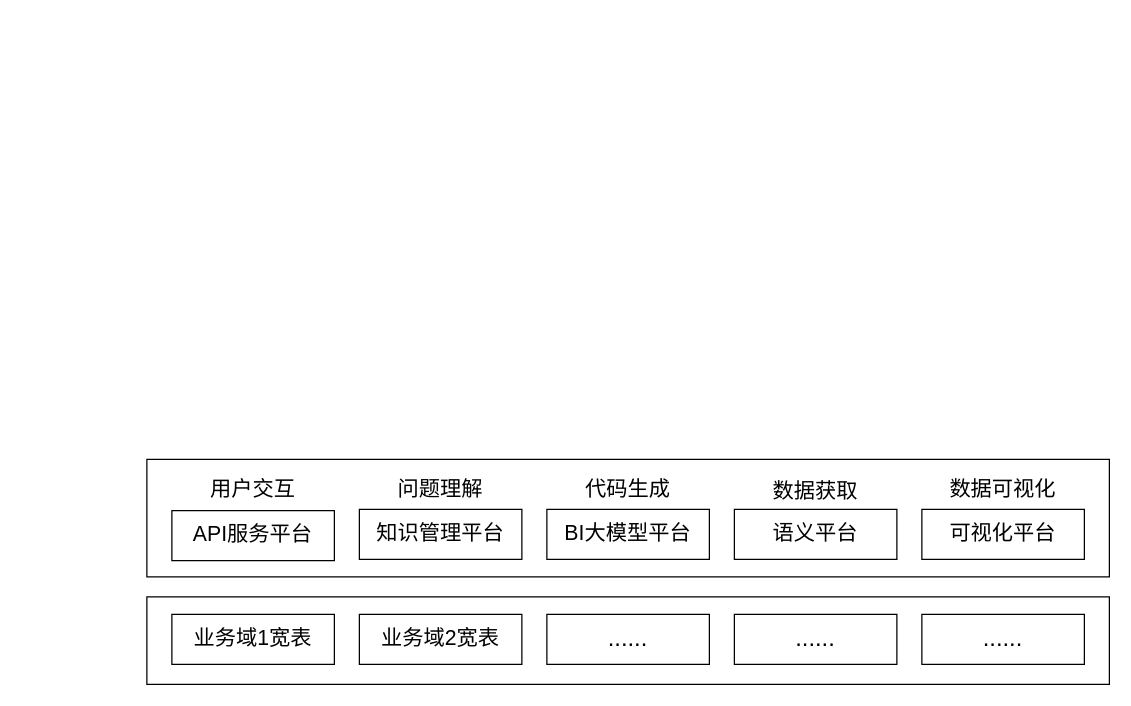
Above: data_analysis.drawio in CindyZX/drawio_figures (draw.io), before the change. Source tidied: cells renumbered, new cells numbered last; positions are measured from the earlier drawing's top-left corner, leaving out a move shared by most shapes. Both pictures are drawn from the tidied source at 125%, with x=0, y=0 at pixel (146, 459).
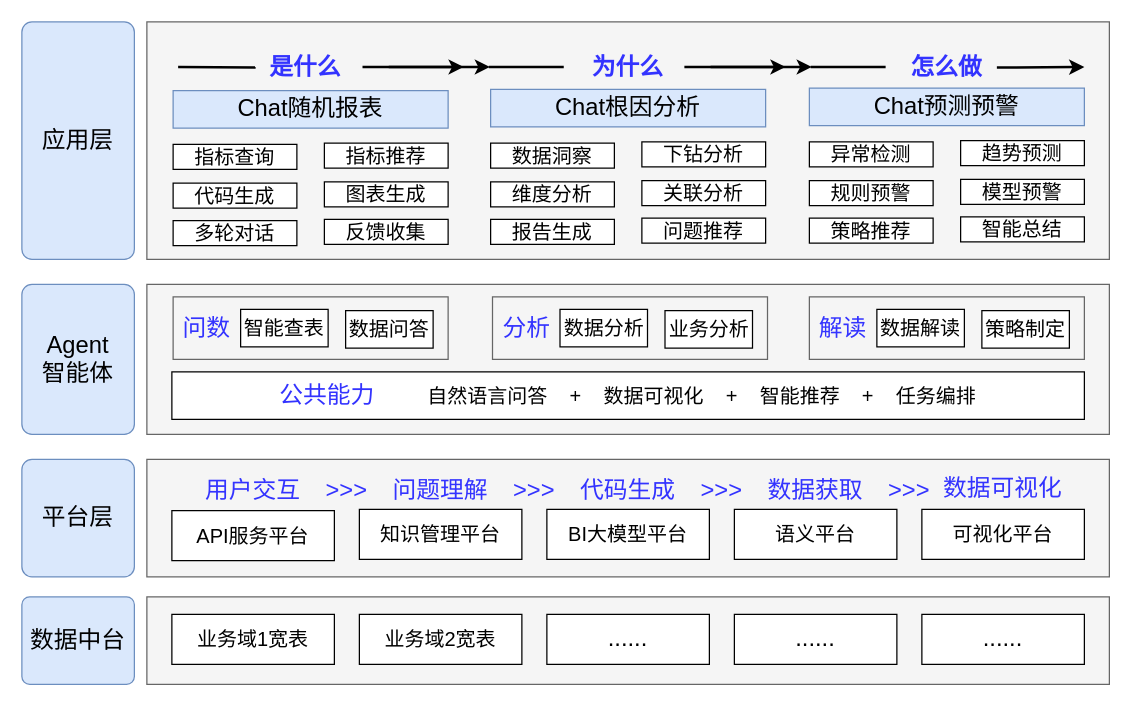
The same diagram, later.

Diff of the diagram source:
```diff
@@
-    <mxCell id="2" style="rounded=0;whiteSpace=wrap;html=1;" parent="1" vertex="1">
+    <mxCell id="2" style="rounded=0;whiteSpace=wrap;html=1;fillColor=#f5f5f5;strokeColor=#666666;fontColor=#333333;" parent="1" vertex="1">
       <mxGeometry y="110" width="770" height="70" as="geometry" />
     </mxCell>
-    <mxCell id="3" value="&lt;font style=&quot;font-size: 17px;&quot;&gt;业务域1宽表&lt;/font&gt;" style="rounded=0;whiteSpace=wrap;html=1;" parent="1" vertex="1">
+    <mxCell id="3" value="&lt;font style=&quot;font-size: 16px;&quot;&gt;业务域1宽表&lt;/font&gt;" style="rounded=0;whiteSpace=wrap;html=1;" parent="1" vertex="1">
       <mxGeometry x="20" y="124" width="130" height="40" as="geometry" />
     </mxCell>
-    <mxCell id="4" value="&lt;font style=&quot;font-size: 17px;&quot;&gt;业务域2宽表&lt;/font&gt;" style="rounded=0;whiteSpace=wrap;html=1;" parent="1" vertex="1">
+    <mxCell id="4" value="&lt;font style=&quot;font-size: 16px;&quot;&gt;业务域2宽表&lt;/font&gt;" style="rounded=0;whiteSpace=wrap;html=1;" parent="1" vertex="1">
       <mxGeometry x="170" y="124" width="130" height="40" as="geometry" />
     </mxCell>
@@
-    <mxCell id="8" style="rounded=0;whiteSpace=wrap;html=1;" parent="1" vertex="1">
+    <mxCell id="8" style="rounded=0;whiteSpace=wrap;html=1;fillColor=#f5f5f5;fontColor=#333333;strokeColor=#666666;" parent="1" vertex="1">
       <mxGeometry width="770" height="94" as="geometry" />
     </mxCell>
-    <mxCell id="9" value="&lt;font style=&quot;font-size: 17px;&quot;&gt;用户交互&lt;/font&gt;" style="text;html=1;whiteSpace=wrap;strokeColor=none;fillColor=none;align=center;verticalAlign=middle;rounded=0;" parent="1" vertex="1">
+    <mxCell id="9" value="&lt;font style=&quot;font-size: 19px;&quot;&gt;用户交互&lt;/font&gt;" style="text;html=1;whiteSpace=wrap;strokeColor=none;fillColor=none;align=center;verticalAlign=middle;rounded=0;fontColor=#3333FF;" parent="1" vertex="1">
       <mxGeometry x="20" y="10" width="130" height="30" as="geometry" />
     </mxCell>
-    <mxCell id="10" value="&lt;font style=&quot;font-size: 17px;&quot;&gt;API服务平台&lt;/font&gt;" style="rounded=0;whiteSpace=wrap;html=1;" parent="1" vertex="1">
+    <mxCell id="10" value="&lt;font style=&quot;font-size: 16px;&quot;&gt;API服务平台&lt;/font&gt;" style="rounded=0;whiteSpace=wrap;html=1;" parent="1" vertex="1">
       <mxGeometry x="20" y="41" width="130" height="40" as="geometry" />
     </mxCell>
-    <mxCell id="11" value="&lt;font style=&quot;font-size: 17px;&quot;&gt;知识管理平台&lt;/font&gt;" style="rounded=0;whiteSpace=wrap;html=1;" parent="1" vertex="1">
+    <mxCell id="11" value="&lt;font style=&quot;font-size: 16px;&quot;&gt;知识管理平台&lt;/font&gt;" style="rounded=0;whiteSpace=wrap;html=1;" parent="1" vertex="1">
       <mxGeometry x="170" y="40" width="130" height="40" as="geometry" />
     </mxCell>
-    <mxCell id="12" value="&lt;font style=&quot;font-size: 17px;&quot;&gt;BI大模型平台&lt;/font&gt;" style="rounded=0;whiteSpace=wrap;html=1;" parent="1" vertex="1">
+    <mxCell id="12" value="&lt;font style=&quot;font-size: 16px;&quot;&gt;BI大模型平台&lt;/font&gt;" style="rounded=0;whiteSpace=wrap;html=1;" parent="1" vertex="1">
       <mxGeometry x="320" y="40" width="130" height="40" as="geometry" />
     </mxCell>
-    <mxCell id="13" value="&lt;font style=&quot;font-size: 17px;&quot;&gt;语义平台&lt;/font&gt;" style="rounded=0;whiteSpace=wrap;html=1;" parent="1" vertex="1">
+    <mxCell id="13" value="&lt;font style=&quot;font-size: 16px;&quot;&gt;语义平台&lt;/font&gt;" style="rounded=0;whiteSpace=wrap;html=1;" parent="1" vertex="1">
       <mxGeometry x="470" y="40" width="130" height="40" as="geometry" />
     </mxCell>
-    <mxCell id="14" value="&lt;font style=&quot;font-size: 17px;&quot;&gt;可视化平台&lt;/font&gt;" style="rounded=0;whiteSpace=wrap;html=1;" parent="1" vertex="1">
+    <mxCell id="14" value="&lt;font style=&quot;font-size: 16px;&quot;&gt;可视化平台&lt;/font&gt;" style="rounded=0;whiteSpace=wrap;html=1;" parent="1" vertex="1">
       <mxGeometry x="620" y="40" width="130" height="40" as="geometry" />
     </mxCell>
-    <mxCell id="15" value="&lt;font style=&quot;font-size: 17px;&quot;&gt;问题理解&lt;/font&gt;" style="text;html=1;whiteSpace=wrap;strokeColor=none;fillColor=none;align=center;verticalAlign=middle;rounded=0;" parent="1" vertex="1">
+    <mxCell id="15" value="&lt;font style=&quot;font-size: 19px;&quot;&gt;问题理解&lt;/font&gt;" style="text;html=1;whiteSpace=wrap;strokeColor=none;fillColor=none;align=center;verticalAlign=middle;rounded=0;fontColor=#3333FF;" parent="1" vertex="1">
       <mxGeometry x="170" y="10" width="130" height="30" as="geometry" />
     </mxCell>
-    <mxCell id="16" value="&lt;font style=&quot;font-size: 17px;&quot;&gt;代码生成&lt;/font&gt;" style="text;html=1;whiteSpace=wrap;strokeColor=none;fillColor=none;align=center;verticalAlign=middle;rounded=0;" parent="1" vertex="1">
+    <mxCell id="16" value="&lt;font style=&quot;font-size: 19px;&quot;&gt;代码生成&lt;/font&gt;" style="text;html=1;whiteSpace=wrap;strokeColor=none;fillColor=none;align=center;verticalAlign=middle;rounded=0;fontColor=#3333FF;" parent="1" vertex="1">
       <mxGeometry x="320" y="10" width="130" height="30" as="geometry" />
     </mxCell>
-    <mxCell id="17" value="&lt;font style=&quot;font-size: 17px;&quot;&gt;数据获取&lt;/font&gt;" style="text;html=1;whiteSpace=wrap;strokeColor=none;fillColor=none;align=center;verticalAlign=middle;rounded=0;" parent="1" vertex="1">
-      <mxGeometry x="470" y="11" width="130" height="30" as="geometry" />
+    <mxCell id="17" value="&lt;font style=&quot;font-size: 19px;&quot;&gt;数据获取&lt;/font&gt;" style="text;html=1;whiteSpace=wrap;strokeColor=none;fillColor=none;align=center;verticalAlign=middle;rounded=0;fontColor=#3333FF;" parent="1" vertex="1">
+      <mxGeometry x="470" y="10" width="130" height="30" as="geometry" />
     </mxCell>
-    <mxCell id="18" value="&lt;font style=&quot;font-size: 17px;&quot;&gt;数据可视化&lt;/font&gt;" style="text;html=1;whiteSpace=wrap;strokeColor=none;fillColor=none;align=center;verticalAlign=middle;rounded=0;" parent="1" vertex="1">
-      <mxGeometry x="620" y="10" width="130" height="30" as="geometry" />
+    <mxCell id="18" value="&lt;font style=&quot;font-size: 19px;&quot;&gt;数据可视化&lt;/font&gt;" style="text;html=1;whiteSpace=wrap;strokeColor=none;fillColor=none;align=center;verticalAlign=middle;rounded=0;fontColor=#3333FF;" parent="1" vertex="1">
+      <mxGeometry x="620" y="9" width="130" height="30" as="geometry" />
     </mxCell>
+    <mxCell id="19" value="&lt;font style=&quot;font-size: 19px;&quot;&gt;&amp;gt;&amp;gt;&amp;gt;&lt;/font&gt;" style="text;html=1;whiteSpace=wrap;strokeColor=none;fillColor=none;align=center;verticalAlign=middle;rounded=0;fontColor=#3333FF;" parent="1" vertex="1">
+      <mxGeometry x="130" y="10" width="60" height="30" as="geometry" />
+    </mxCell>
+    <mxCell id="20" value="&lt;font style=&quot;font-size: 19px;&quot;&gt;&amp;gt;&amp;gt;&amp;gt;&lt;/font&gt;" style="text;html=1;whiteSpace=wrap;strokeColor=none;fillColor=none;align=center;verticalAlign=middle;rounded=0;fontColor=#3333FF;" parent="1" vertex="1">
+      <mxGeometry x="280" y="10" width="60" height="30" as="geometry" />
+    </mxCell>
+    <mxCell id="21" value="&lt;font style=&quot;font-size: 19px;&quot;&gt;&amp;gt;&amp;gt;&amp;gt;&lt;/font&gt;" style="text;html=1;whiteSpace=wrap;strokeColor=none;fillColor=none;align=center;verticalAlign=middle;rounded=0;fontColor=#3333FF;" parent="1" vertex="1">
+      <mxGeometry x="430" y="10" width="60" height="30" as="geometry" />
+    </mxCell>
+    <mxCell id="22" value="&lt;font style=&quot;font-size: 19px;&quot;&gt;&amp;gt;&amp;gt;&amp;gt;&lt;/font&gt;" style="text;html=1;whiteSpace=wrap;strokeColor=none;fillColor=none;align=center;verticalAlign=middle;rounded=0;fontColor=#3333FF;" parent="1" vertex="1">
+      <mxGeometry x="580" y="10" width="60" height="30" as="geometry" />
+    </mxCell>
+    <mxCell id="23" style="rounded=0;whiteSpace=wrap;html=1;fillColor=#f5f5f5;fontColor=#333333;strokeColor=#666666;" parent="1" vertex="1">
+      <mxGeometry y="-140" width="770" height="120" as="geometry" />
+    </mxCell>
+    <mxCell id="24" value="&lt;font style=&quot;font-size: 19px; color: rgb(51, 51, 255);&quot;&gt;公共能力&lt;/font&gt;&lt;font style=&quot;font-size: 17px;&quot;&gt;&amp;nbsp; &amp;nbsp; &amp;nbsp; &amp;nbsp; &amp;nbsp;&lt;/font&gt;&lt;font style=&quot;font-size: 16px;&quot;&gt;自然语言问答&amp;nbsp; &amp;nbsp; +&amp;nbsp; &amp;nbsp; 数据可视化&amp;nbsp; &amp;nbsp; +&amp;nbsp; &amp;nbsp; 智能推荐&amp;nbsp; &amp;nbsp; +&amp;nbsp; &amp;nbsp; 任务编排&lt;/font&gt;" style="rounded=0;whiteSpace=wrap;html=1;" parent="1" vertex="1">
+      <mxGeometry x="20" y="-70" width="730" height="38" as="geometry" />
+    </mxCell>
+    <mxCell id="25" style="rounded=0;whiteSpace=wrap;html=1;fillColor=#f5f5f5;fontColor=#333333;strokeColor=#666666;" parent="1" vertex="1">
+      <mxGeometry x="21" y="-130" width="220" height="50" as="geometry" />
+    </mxCell>
+    <mxCell id="26" value="&lt;font style=&quot;font-size: 16px;&quot;&gt;智能查表&lt;/font&gt;" style="rounded=0;whiteSpace=wrap;html=1;" parent="1" vertex="1">
+      <mxGeometry x="75" y="-120" width="70" height="30" as="geometry" />
+    </mxCell>
+    <mxCell id="27" value="&lt;font style=&quot;font-size: 16px;&quot;&gt;数据问答&lt;/font&gt;" style="rounded=0;whiteSpace=wrap;html=1;" parent="1" vertex="1">
+      <mxGeometry x="159" y="-119" width="70" height="30" as="geometry" />
+    </mxCell>
+    <mxCell id="28" value="&lt;font style=&quot;font-size: 19px; color: rgb(51, 51, 255);&quot;&gt;问数&lt;/font&gt;" style="text;html=1;whiteSpace=wrap;strokeColor=none;fillColor=none;align=center;verticalAlign=middle;rounded=0;" parent="1" vertex="1">
+      <mxGeometry x="18" y="-119" width="60" height="30" as="geometry" />
+    </mxCell>
+    <mxCell id="29" style="rounded=0;whiteSpace=wrap;html=1;fillColor=#f5f5f5;fontColor=#333333;strokeColor=#666666;" parent="1" vertex="1">
+      <mxGeometry x="276.5" y="-130" width="220" height="50" as="geometry" />
+    </mxCell>
+    <mxCell id="30" value="&lt;font style=&quot;font-size: 16px;&quot;&gt;数据分析&lt;/font&gt;" style="rounded=0;whiteSpace=wrap;html=1;" parent="1" vertex="1">
+      <mxGeometry x="330.5" y="-120" width="70" height="30" as="geometry" />
+    </mxCell>
+    <mxCell id="31" value="&lt;font style=&quot;font-size: 16px;&quot;&gt;业务分析&lt;/font&gt;" style="rounded=0;whiteSpace=wrap;html=1;" parent="1" vertex="1">
+      <mxGeometry x="414.5" y="-119" width="70" height="30" as="geometry" />
+    </mxCell>
+    <mxCell id="32" value="&lt;font style=&quot;font-size: 19px; color: rgb(51, 51, 255);&quot;&gt;分析&lt;/font&gt;" style="text;html=1;whiteSpace=wrap;strokeColor=none;fillColor=none;align=center;verticalAlign=middle;rounded=0;" parent="1" vertex="1">
+      <mxGeometry x="273.5" y="-119" width="60" height="30" as="geometry" />
+    </mxCell>
+    <mxCell id="33" style="rounded=0;whiteSpace=wrap;html=1;fillColor=#f5f5f5;fontColor=#333333;strokeColor=#666666;" parent="1" vertex="1">
+      <mxGeometry x="530" y="-130" width="220" height="50" as="geometry" />
+    </mxCell>
+    <mxCell id="34" value="&lt;font style=&quot;font-size: 16px;&quot;&gt;数据解读&lt;/font&gt;" style="rounded=0;whiteSpace=wrap;html=1;" parent="1" vertex="1">
+      <mxGeometry x="584" y="-120" width="70" height="30" as="geometry" />
+    </mxCell>
+    <mxCell id="35" value="&lt;span style=&quot;font-size: 16px;&quot;&gt;策略制定&lt;/span&gt;" style="rounded=0;whiteSpace=wrap;html=1;" parent="1" vertex="1">
+      <mxGeometry x="668" y="-119" width="70" height="30" as="geometry" />
+    </mxCell>
+    <mxCell id="36" value="&lt;font style=&quot;font-size: 19px; color: rgb(51, 51, 255);&quot;&gt;解读&lt;/font&gt;" style="text;html=1;whiteSpace=wrap;strokeColor=none;fillColor=none;align=center;verticalAlign=middle;rounded=0;" parent="1" vertex="1">
+      <mxGeometry x="527" y="-119" width="60" height="30" as="geometry" />
+    </mxCell>
+    <mxCell id="37" style="rounded=0;whiteSpace=wrap;html=1;fillColor=#f5f5f5;fontColor=#333333;strokeColor=#666666;" parent="1" vertex="1">
+      <mxGeometry y="-350" width="770" height="190" as="geometry" />
+    </mxCell>
+    <mxCell id="38" value="&lt;font style=&quot;font-size: 19px;&quot;&gt;Chat随机报表&lt;/font&gt;" style="rounded=0;whiteSpace=wrap;html=1;fillColor=#dae8fc;strokeColor=#6c8ebf;" parent="1" vertex="1">
+      <mxGeometry x="21" y="-295" width="220" height="30" as="geometry" />
+    </mxCell>
+    <mxCell id="39" value="&lt;font style=&quot;font-size: 16px;&quot;&gt;指标查询&lt;/font&gt;" style="rounded=0;whiteSpace=wrap;html=1;" parent="1" vertex="1">
+      <mxGeometry x="21" y="-252" width="99" height="20" as="geometry" />
+    </mxCell>
+    <mxCell id="40" value="&lt;font style=&quot;font-size: 16px;&quot;&gt;指标推荐&lt;/font&gt;" style="rounded=0;whiteSpace=wrap;html=1;" parent="1" vertex="1">
+      <mxGeometry x="142" y="-253" width="99" height="20" as="geometry" />
+    </mxCell>
+    <mxCell id="41" value="&lt;span style=&quot;font-size: 16px;&quot;&gt;代码生成&lt;/span&gt;" style="rounded=0;whiteSpace=wrap;html=1;" parent="1" vertex="1">
+      <mxGeometry x="21" y="-221" width="99" height="20" as="geometry" />
+    </mxCell>
+    <mxCell id="42" value="&lt;span style=&quot;font-size: 16px;&quot;&gt;图表生成&lt;/span&gt;" style="rounded=0;whiteSpace=wrap;html=1;" parent="1" vertex="1">
+      <mxGeometry x="142" y="-222" width="99" height="20" as="geometry" />
+    </mxCell>
+    <mxCell id="43" value="&lt;span style=&quot;font-size: 16px;&quot;&gt;多轮对话&lt;/span&gt;" style="rounded=0;whiteSpace=wrap;html=1;" parent="1" vertex="1">
+      <mxGeometry x="21" y="-191" width="99" height="20" as="geometry" />
+    </mxCell>
+    <mxCell id="44" value="&lt;span style=&quot;font-size: 16px;&quot;&gt;反馈收集&lt;/span&gt;" style="rounded=0;whiteSpace=wrap;html=1;" parent="1" vertex="1">
+      <mxGeometry x="142" y="-192" width="99" height="20" as="geometry" />
+    </mxCell>
+    <mxCell id="45" value="&lt;font style=&quot;font-size: 19px;&quot;&gt;Chat根因分析&lt;/font&gt;" style="rounded=0;whiteSpace=wrap;html=1;fillColor=#dae8fc;strokeColor=#6c8ebf;" parent="1" vertex="1">
+      <mxGeometry x="275" y="-296" width="220" height="30" as="geometry" />
+    </mxCell>
+    <mxCell id="46" value="&lt;span style=&quot;font-size: 16px;&quot;&gt;数据洞察&lt;/span&gt;" style="rounded=0;whiteSpace=wrap;html=1;" parent="1" vertex="1">
+      <mxGeometry x="275" y="-253" width="99" height="20" as="geometry" />
+    </mxCell>
+    <mxCell id="47" value="&lt;font style=&quot;font-size: 16px;&quot;&gt;下钻分析&lt;/font&gt;" style="rounded=0;whiteSpace=wrap;html=1;" parent="1" vertex="1">
+      <mxGeometry x="396" y="-254" width="99" height="20" as="geometry" />
+    </mxCell>
+    <mxCell id="48" value="&lt;span style=&quot;font-size: 16px;&quot;&gt;维度分析&lt;/span&gt;" style="rounded=0;whiteSpace=wrap;html=1;" parent="1" vertex="1">
+      <mxGeometry x="275" y="-222" width="99" height="20" as="geometry" />
+    </mxCell>
+    <mxCell id="49" value="&lt;span style=&quot;font-size: 16px;&quot;&gt;关联分析&lt;/span&gt;" style="rounded=0;whiteSpace=wrap;html=1;" parent="1" vertex="1">
+      <mxGeometry x="396" y="-223" width="99" height="20" as="geometry" />
+    </mxCell>
+    <mxCell id="50" value="&lt;span style=&quot;font-size: 16px;&quot;&gt;报告生成&lt;/span&gt;" style="rounded=0;whiteSpace=wrap;html=1;" parent="1" vertex="1">
+      <mxGeometry x="275" y="-192" width="99" height="20" as="geometry" />
+    </mxCell>
+    <mxCell id="51" value="&lt;span style=&quot;font-size: 16px;&quot;&gt;问题推荐&lt;/span&gt;" style="rounded=0;whiteSpace=wrap;html=1;" parent="1" vertex="1">
+      <mxGeometry x="396" y="-193" width="99" height="20" as="geometry" />
+    </mxCell>
+    <mxCell id="52" value="&lt;font style=&quot;font-size: 19px;&quot;&gt;Chat预测预警&lt;/font&gt;" style="rounded=0;whiteSpace=wrap;html=1;fillColor=#dae8fc;strokeColor=#6c8ebf;" parent="1" vertex="1">
+      <mxGeometry x="530" y="-297" width="220" height="30" as="geometry" />
+    </mxCell>
+    <mxCell id="53" value="&lt;font style=&quot;font-size: 16px;&quot;&gt;异常检测&lt;/font&gt;" style="rounded=0;whiteSpace=wrap;html=1;" parent="1" vertex="1">
+      <mxGeometry x="530" y="-254" width="99" height="20" as="geometry" />
+    </mxCell>
+    <mxCell id="54" value="&lt;font style=&quot;font-size: 16px;&quot;&gt;趋势预测&lt;/font&gt;" style="rounded=0;whiteSpace=wrap;html=1;" parent="1" vertex="1">
+      <mxGeometry x="651" y="-255" width="99" height="20" as="geometry" />
+    </mxCell>
+    <mxCell id="55" value="&lt;span style=&quot;font-size: 16px;&quot;&gt;规则预警&lt;/span&gt;" style="rounded=0;whiteSpace=wrap;html=1;" parent="1" vertex="1">
+      <mxGeometry x="530" y="-223" width="99" height="20" as="geometry" />
+    </mxCell>
+    <mxCell id="56" value="&lt;span style=&quot;font-size: 16px;&quot;&gt;模型预警&lt;/span&gt;" style="rounded=0;whiteSpace=wrap;html=1;" parent="1" vertex="1">
+      <mxGeometry x="651" y="-224" width="99" height="20" as="geometry" />
+    </mxCell>
+    <mxCell id="57" value="&lt;span style=&quot;font-size: 16px;&quot;&gt;策略推荐&lt;/span&gt;" style="rounded=0;whiteSpace=wrap;html=1;" parent="1" vertex="1">
+      <mxGeometry x="530" y="-193" width="99" height="20" as="geometry" />
+    </mxCell>
+    <mxCell id="58" value="&lt;span style=&quot;font-size: 16px;&quot;&gt;智能总结&lt;/span&gt;" style="rounded=0;whiteSpace=wrap;html=1;" parent="1" vertex="1">
+      <mxGeometry x="651" y="-194" width="99" height="20" as="geometry" />
+    </mxCell>
+    <mxCell id="59" value="&lt;font style=&quot;font-size: 19px; color: rgb(51, 51, 255);&quot;&gt;&lt;b&gt;是什么&lt;/b&gt;&lt;/font&gt;" style="text;html=1;whiteSpace=wrap;strokeColor=none;fillColor=none;align=center;verticalAlign=middle;rounded=0;" parent="1" vertex="1">
+      <mxGeometry x="87" y="-330" width="80" height="33" as="geometry" />
+    </mxCell>
+    <mxCell id="60" value="&lt;font style=&quot;font-size: 19px; color: rgb(51, 51, 255);&quot;&gt;&lt;b&gt;为什么&lt;/b&gt;&lt;/font&gt;" style="text;html=1;whiteSpace=wrap;strokeColor=none;fillColor=none;align=center;verticalAlign=middle;rounded=0;" parent="1" vertex="1">
+      <mxGeometry x="345" y="-330" width="80" height="33" as="geometry" />
+    </mxCell>
+    <mxCell id="61" value="&lt;font style=&quot;font-size: 19px; color: rgb(51, 51, 255);&quot;&gt;&lt;b&gt;怎么做&lt;/b&gt;&lt;/font&gt;" style="text;html=1;whiteSpace=wrap;strokeColor=none;fillColor=none;align=center;verticalAlign=middle;rounded=0;" parent="1" vertex="1">
+      <mxGeometry x="600" y="-330" width="80" height="33" as="geometry" />
+    </mxCell>
+    <mxCell id="62" style="endArrow=classic;html=1;rounded=0;strokeWidth=2;" parent="1" edge="1">
+      <mxGeometry relative="1" as="geometry">
+        <mxPoint x="172.5" y="-313.9" as="sourcePoint" />
+        <mxPoint x="253.5" y="-313.9" as="targetPoint" />
+      </mxGeometry>
+    </mxCell>
+    <mxCell id="63" style="endArrow=classic;html=1;rounded=0;strokeWidth=2;" parent="1" edge="1">
+      <mxGeometry relative="1" as="geometry">
+        <mxPoint x="193.5" y="-313.9" as="sourcePoint" />
+        <mxPoint x="274.5" y="-313.9" as="targetPoint" />
+      </mxGeometry>
+    </mxCell>
+    <mxCell id="64" style="endArrow=none;html=1;rounded=0;strokeWidth=2;" parent="1" edge="1">
+      <mxGeometry relative="1" as="geometry">
+        <mxPoint x="273.5" y="-313.9" as="sourcePoint" />
+        <mxPoint x="333.5" y="-313.9" as="targetPoint" />
+      </mxGeometry>
+    </mxCell>
+    <mxCell id="65" style="endArrow=classic;html=1;rounded=0;strokeWidth=2;" parent="1" edge="1">
+      <mxGeometry relative="1" as="geometry">
+        <mxPoint x="430" y="-313.9" as="sourcePoint" />
+        <mxPoint x="511" y="-313.9" as="targetPoint" />
+      </mxGeometry>
+    </mxCell>
+    <mxCell id="66" style="endArrow=classic;html=1;rounded=0;strokeWidth=2;" parent="1" edge="1">
+      <mxGeometry relative="1" as="geometry">
+        <mxPoint x="451" y="-313.9" as="sourcePoint" />
+        <mxPoint x="532" y="-313.9" as="targetPoint" />
+      </mxGeometry>
+    </mxCell>
+    <mxCell id="67" style="endArrow=none;html=1;rounded=0;strokeWidth=2;" parent="1" edge="1">
+      <mxGeometry relative="1" as="geometry">
+        <mxPoint x="531" y="-313.9" as="sourcePoint" />
+        <mxPoint x="591" y="-313.9" as="targetPoint" />
+      </mxGeometry>
+    </mxCell>
+    <mxCell id="68" style="endArrow=none;html=1;rounded=0;strokeWidth=2;entryX=0;entryY=0.5;entryDx=0;entryDy=0;" parent="1" edge="1" target="59">
+      <mxGeometry relative="1" as="geometry">
+        <mxPoint x="25" y="-313.9" as="sourcePoint" />
+      </mxGeometry>
+    </mxCell>
+    <mxCell id="69" style="endArrow=classic;html=1;rounded=0;strokeWidth=2;exitX=1;exitY=0.5;exitDx=0;exitDy=0;" parent="1" edge="1" source="61">
+      <mxGeometry relative="1" as="geometry">
+        <mxPoint x="750" y="-313.9" as="targetPoint" />
+      </mxGeometry>
+    </mxCell>
+    <mxCell id="70" value="&lt;font style=&quot;font-size: 19px;&quot;&gt;数据中台&lt;/font&gt;" style="rounded=1;whiteSpace=wrap;html=1;arcSize=9;fillColor=#dae8fc;strokeColor=#6c8ebf;" parent="1" vertex="1">
+      <mxGeometry x="-100" y="110" width="90" height="70" as="geometry" />
+    </mxCell>
+    <mxCell id="71" value="&lt;font style=&quot;font-size: 19px;&quot;&gt;平台层&lt;/font&gt;" style="rounded=1;whiteSpace=wrap;html=1;arcSize=9;fillColor=#dae8fc;strokeColor=#6c8ebf;" parent="1" vertex="1">
+      <mxGeometry x="-100" width="90" height="94" as="geometry" />
+    </mxCell>
+    <mxCell id="72" value="&lt;font style=&quot;font-size: 19px;&quot;&gt;Agent&lt;/font&gt;&lt;div&gt;&lt;span style=&quot;font-size: 19px;&quot;&gt;智能体&lt;/span&gt;&lt;/div&gt;" style="rounded=1;whiteSpace=wrap;html=1;arcSize=9;fillColor=#dae8fc;strokeColor=#6c8ebf;" parent="1" vertex="1">
+      <mxGeometry x="-100" y="-140" width="90" height="120" as="geometry" />
+    </mxCell>
+    <mxCell id="73" value="&lt;span style=&quot;font-size: 19px;&quot;&gt;应用层&lt;/span&gt;" style="rounded=1;whiteSpace=wrap;html=1;arcSize=9;fillColor=#dae8fc;strokeColor=#6c8ebf;" parent="1" vertex="1">
+      <mxGeometry x="-100" y="-350" width="90" height="190" as="geometry" />
+    </mxCell>
```
